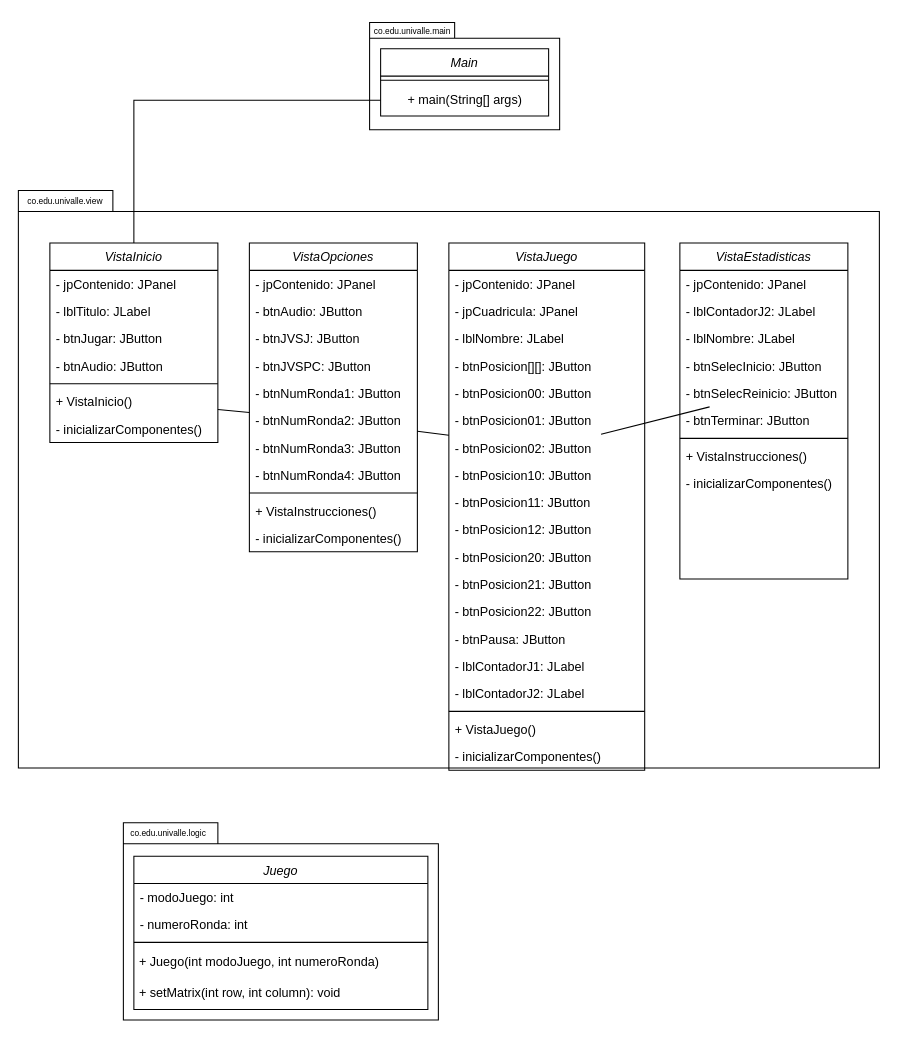
Before: Class Diagram - MiniProyecto2FPOE.drawio in puyojulian/MiniProyecto2FPOE, a draw.io diagram. Source tidied: cells renumbered, new cells numbered last; positions are measured from the earlier drawing's top-left corner, leaving out a move shared by most shapes. Both pictures are drawn from the tidied source at 105%, with x=0, y=0 at pixel (18, 18).
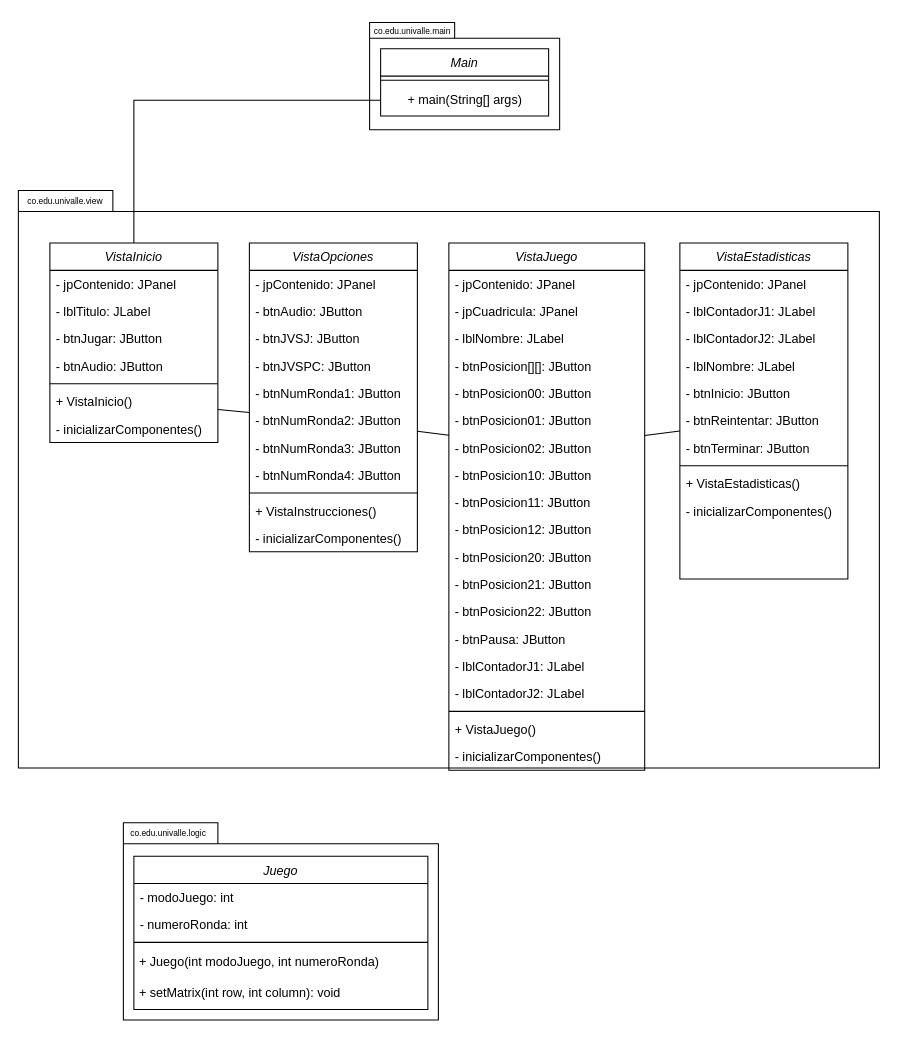
The same diagram, later.

Commit message:
Update Class Diagram - Modificación de nombres en los botones de la clase VistaEstadisticas, Nombre del método constructor corregido.

The change refers to these unchanged cells:
```xml
<mxCell id="59" value="VistaEstadisticas" style="swimlane;fontStyle=2;align=center;verticalAlign=top;horizontal=1;startSize=26;rounded=0;shadow=0;strokeWidth=1;" parent="1" vertex="1">
  <mxGeometry x="630" y="214" width="160" height="320" as="geometry" />
</mxCell>
```

Change to the diagram source:
```diff
@@
+    <mxCell id="72" value="- lblContadorJ1: JLabel" style="text;align=left;verticalAlign=top;spacingLeft=4;spacingRight=4;overflow=hidden;" parent="59" vertex="1">
+      <mxGeometry y="52" width="160" height="26" as="geometry" />
+    </mxCell>
     <mxCell id="61" value="- lblContadorJ2: JLabel" style="text;align=left;verticalAlign=top;spacingLeft=4;spacingRight=4;overflow=hidden;" parent="59" vertex="1">
-      <mxGeometry y="52" width="160" height="26" as="geometry" />
+      <mxGeometry y="78" width="160" height="26" as="geometry" />
     </mxCell>
     <mxCell id="62" value="- lblNombre: JLabel" style="text;align=left;verticalAlign=top;spacingLeft=4;spacingRight=4;overflow=hidden;" parent="59" vertex="1">
-      <mxGeometry y="78" width="160" height="26" as="geometry" />
+      <mxGeometry y="104" width="160" height="26" as="geometry" />
     </mxCell>
-    <mxCell id="63" value="- btnSelecInicio: JButton" style="text;align=left;verticalAlign=top;spacingLeft=4;spacingRight=4;overflow=hidden;rounded=0;shadow=0;html=0;" parent="59" vertex="1">
-      <mxGeometry y="104" width="160" height="26" as="geometry" />
+    <mxCell id="63" value="- btnInicio: JButton" style="text;align=left;verticalAlign=top;spacingLeft=4;spacingRight=4;overflow=hidden;rounded=0;shadow=0;html=0;" parent="59" vertex="1">
+      <mxGeometry y="130" width="160" height="26" as="geometry" />
     </mxCell>
-    <mxCell id="64" value="- btnSelecReinicio: JButton" style="text;align=left;verticalAlign=top;spacingLeft=4;spacingRight=4;overflow=hidden;points=[[0,0.5],[1,0.5]];portConstraint=eastwest;rounded=0;shadow=0;html=0;" parent="59" vertex="1">
-      <mxGeometry y="130" width="160" height="26" as="geometry" />
+    <mxCell id="64" value="- btnReintentar: JButton" style="text;align=left;verticalAlign=top;spacingLeft=4;spacingRight=4;overflow=hidden;points=[[0,0.5],[1,0.5]];portConstraint=eastwest;rounded=0;shadow=0;html=0;" parent="59" vertex="1">
+      <mxGeometry y="156" width="160" height="26" as="geometry" />
     </mxCell>
     <mxCell id="65" value="- btnTerminar: JButton" style="text;align=left;verticalAlign=top;spacingLeft=4;spacingRight=4;overflow=hidden;rounded=0;shadow=0;html=0;" parent="59" vertex="1">
-      <mxGeometry y="156" width="160" height="26" as="geometry" />
+      <mxGeometry y="182" width="160" height="26" as="geometry" />
     </mxCell>
     <mxCell id="66" style="line;html=1;strokeWidth=1;align=left;verticalAlign=middle;spacingTop=-1;spacingLeft=3;spacingRight=3;labelPosition=right;" parent="59" vertex="1">
-      <mxGeometry y="182" width="160" height="8" as="geometry" />
+      <mxGeometry y="208" width="160" height="8" as="geometry" />
     </mxCell>
-    <mxCell id="67" value="+ VistaInstrucciones()" style="text;align=left;verticalAlign=top;spacingLeft=4;spacingRight=4;overflow=hidden;" parent="59" vertex="1">
-      <mxGeometry y="190" width="160" height="26" as="geometry" />
+    <mxCell id="67" value="+ VistaEstadisticas()" style="text;align=left;verticalAlign=top;spacingLeft=4;spacingRight=4;overflow=hidden;" parent="59" vertex="1">
+      <mxGeometry y="216" width="160" height="26" as="geometry" />
     </mxCell>
     <mxCell id="68" value="- inicializarComponentes()" style="text;align=left;verticalAlign=top;spacingLeft=4;spacingRight=4;overflow=hidden;" parent="59" vertex="1">
-      <mxGeometry y="216" width="160" height="26" as="geometry" />
+      <mxGeometry y="242" width="160" height="26" as="geometry" />
     </mxCell>
```
